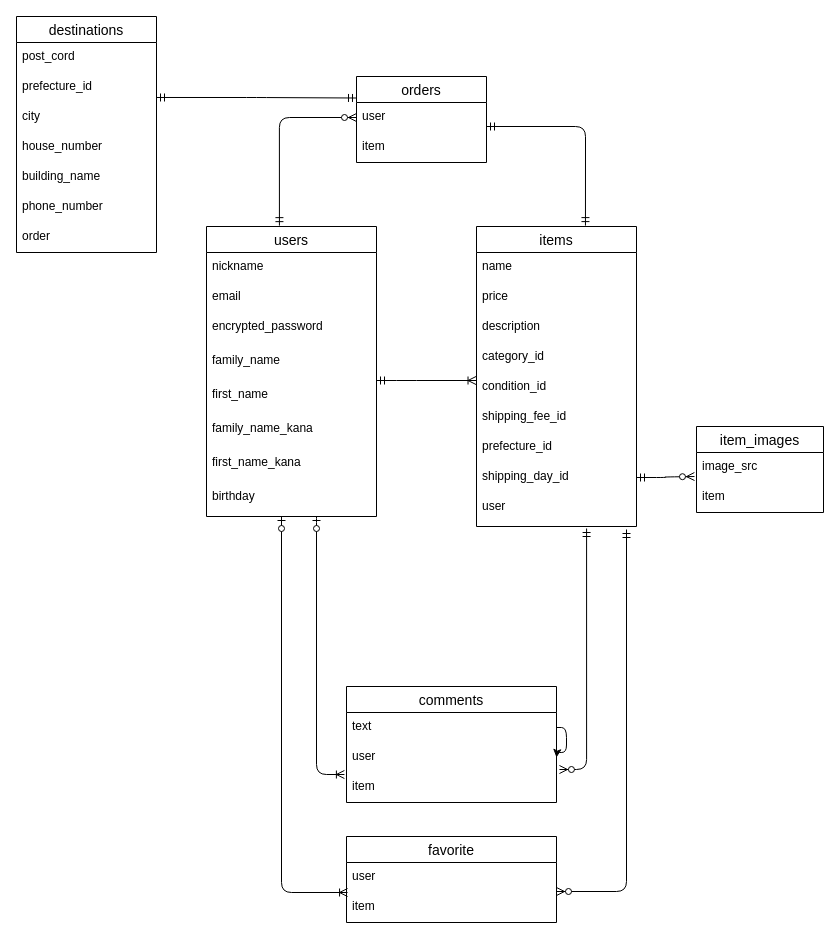
The draw.io diagram ER.dio in yumkx10/furima-38594, before the edit. Source tidied: cells renumbered, new cells numbered last; positions are measured from the earlier drawing's top-left corner, leaving out a move shared by most shapes. Both pictures are drawn from the tidied source at 100%, with x=0, y=0 at pixel (16, 16).
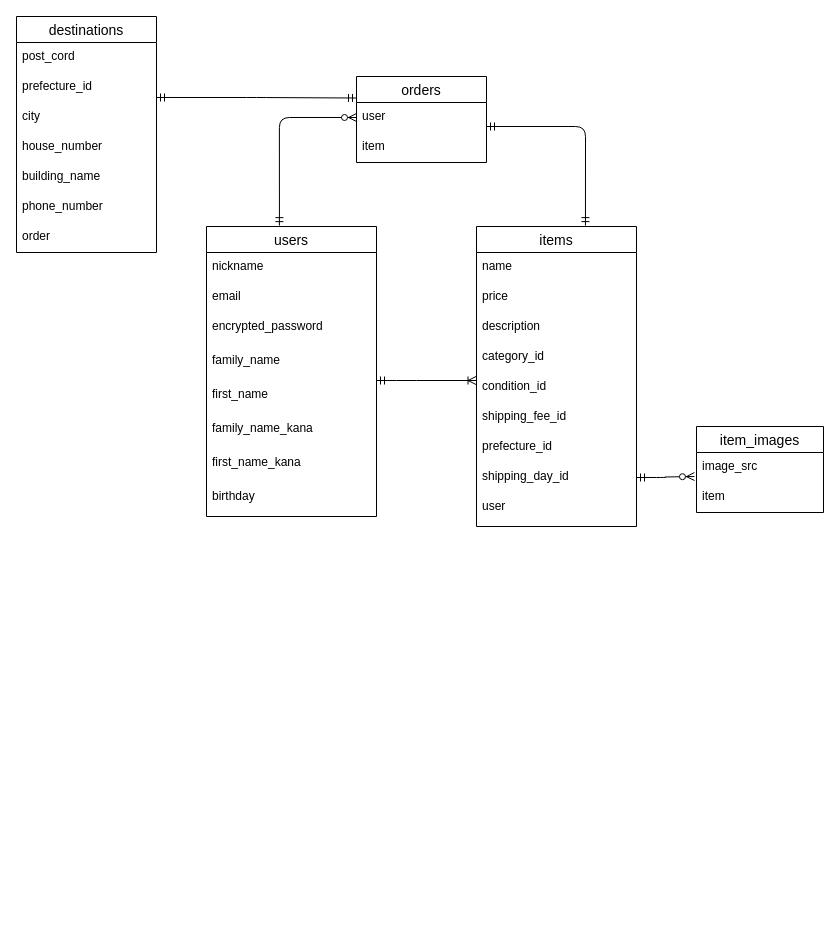
After the change.

Commit message:
ER図のコメント機能削除変更

Unchanged cells that the change refers to:
```xml
<mxCell id="10" value="birthday" style="text;strokeColor=none;fillColor=none;spacingLeft=4;spacingRight=4;overflow=hidden;points=[[0,0.5],[1,0.5]];portConstraint=eastwest;fontSize=12;" parent="2" vertex="1">
  <mxGeometry y="256" width="170" height="34" as="geometry" />
</mxCell>
<mxCell id="28" value="user" style="text;strokeColor=none;fillColor=none;spacingLeft=4;spacingRight=4;overflow=hidden;points=[[0,0.5],[1,0.5]];portConstraint=eastwest;fontSize=12;" parent="19" vertex="1">
  <mxGeometry y="266" width="160" height="34" as="geometry" />
</mxCell>
```

What changed in the source:
```diff
@@
-    <mxCell id="33" value="comments" style="swimlane;fontStyle=0;horizontal=1;startSize=26;align=center;fontSize=14;" parent="1" vertex="1">
-      <mxGeometry x="330" y="670" width="210" height="116" as="geometry" />
-    </mxCell>
-    <mxCell id="34" value="text" style="text;strokeColor=none;fillColor=none;spacingLeft=4;spacingRight=4;overflow=hidden;points=[[0,0.5],[1,0.5]];portConstraint=eastwest;fontSize=12;" parent="33" vertex="1">
-      <mxGeometry y="26" width="210" height="30" as="geometry" />
-    </mxCell>
-    <mxCell id="35" value="user" style="text;strokeColor=none;fillColor=none;spacingLeft=4;spacingRight=4;overflow=hidden;fontSize=12;" parent="33" vertex="1">
-      <mxGeometry y="56" width="210" height="30" as="geometry" />
-    </mxCell>
-    <mxCell id="36" value="item" style="text;strokeColor=none;fillColor=none;spacingLeft=4;spacingRight=4;overflow=hidden;points=[[0,0.5],[1,0.5]];portConstraint=eastwest;fontSize=12;" parent="33" vertex="1">
-      <mxGeometry y="86" width="210" height="30" as="geometry" />
-    </mxCell>
-    <mxCell id="37" value="favorite" style="swimlane;fontStyle=0;horizontal=1;startSize=26;align=center;fontSize=14;" parent="1" vertex="1">
-      <mxGeometry x="330" y="820" width="210" height="86" as="geometry" />
-    </mxCell>
-    <mxCell id="38" value="user" style="text;strokeColor=none;fillColor=none;spacingLeft=4;spacingRight=4;overflow=hidden;fontSize=12;" parent="37" vertex="1">
-      <mxGeometry y="26" width="210" height="30" as="geometry" />
-    </mxCell>
-    <mxCell id="39" value="item" style="text;strokeColor=none;fillColor=none;spacingLeft=4;spacingRight=4;overflow=hidden;points=[[0,0.5],[1,0.5]];portConstraint=eastwest;fontSize=12;" parent="37" vertex="1">
-      <mxGeometry y="56" width="210" height="30" as="geometry" />
-    </mxCell>
-    <mxCell id="40" style="edgeStyle=orthogonalEdgeStyle;fontSize=12;html=1;endArrow=ERoneToMany;startArrow=ERzeroToOne;entryX=0.005;entryY=0;entryDx=0;entryDy=0;entryPerimeter=0;" parent="1" edge="1" source="10" target="39">
-      <mxGeometry relative="1" as="geometry">
-        <Array as="points">
-          <mxPoint x="265" y="876" />
-        </Array>
-      </mxGeometry>
-    </mxCell>
-    <mxCell id="41" style="edgeStyle=orthogonalEdgeStyle;fontSize=12;html=1;endArrow=ERoneToMany;startArrow=ERzeroToOne;entryX=-0.01;entryY=0.067;entryDx=0;entryDy=0;entryPerimeter=0;" parent="1" edge="1" target="36">
-      <mxGeometry relative="1" as="geometry">
-        <mxPoint x="300" y="500" as="sourcePoint" />
-        <Array as="points">
-          <mxPoint x="300" y="504" />
-          <mxPoint x="300" y="758" />
-        </Array>
-      </mxGeometry>
-    </mxCell>
@@
-    <mxCell id="46" style="edgeStyle=orthogonalEdgeStyle;fontSize=12;html=1;endArrow=ERzeroToMany;startArrow=ERmandOne;entryX=1;entryY=-0.033;entryDx=0;entryDy=0;entryPerimeter=0;" parent="1" edge="1" target="39">
-      <mxGeometry relative="1" as="geometry">
-        <mxPoint x="610" y="513" as="sourcePoint" />
-        <Array as="points">
-          <mxPoint x="610" y="875" />
-        </Array>
-      </mxGeometry>
-    </mxCell>
-    <mxCell id="47" style="edgeStyle=orthogonalEdgeStyle;fontSize=12;html=1;endArrow=ERzeroToMany;startArrow=ERmandOne;entryX=1.014;entryY=-0.1;entryDx=0;entryDy=0;entryPerimeter=0;exitX=0.688;exitY=1.059;exitDx=0;exitDy=0;exitPerimeter=0;" parent="1" edge="1" source="28" target="36">
-      <mxGeometry relative="1" as="geometry">
-        <Array as="points">
-          <mxPoint x="570" y="753" />
-        </Array>
-      </mxGeometry>
-    </mxCell>
-    <mxCell id="48" style="edgeStyle=orthogonalEdgeStyle;html=1;exitX=1;exitY=0.5;exitDx=0;exitDy=0;" parent="1" edge="1" source="34">
-      <mxGeometry relative="1" as="geometry">
-        <mxPoint x="540" y="741" as="targetPoint" />
-      </mxGeometry>
-    </mxCell>
```
